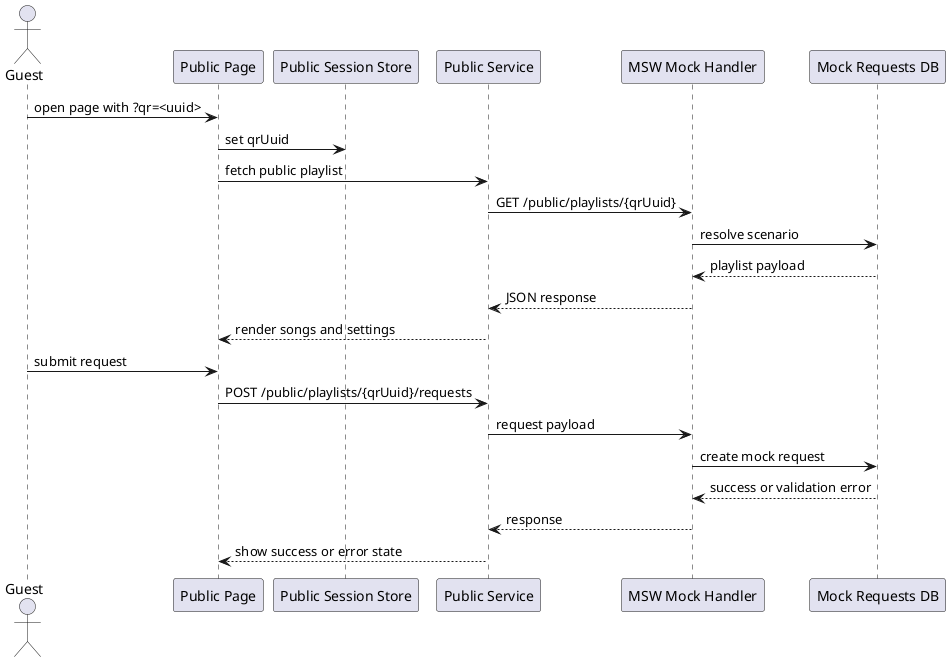
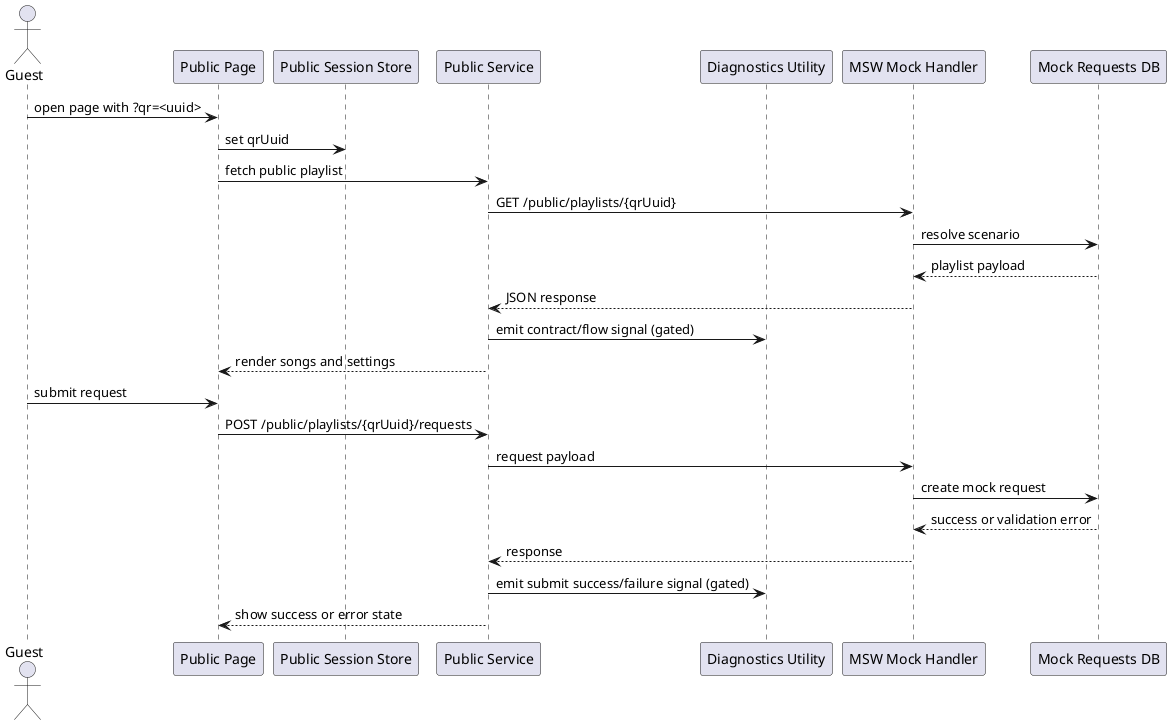
@startuml
actor Guest
participant "Public Page" as Page
participant "Public Session Store" as Store
participant "Public Service" as Service
+ participant "Diagnostics Utility" as Diagnostics
participant "MSW Mock Handler" as MSW
participant "Mock Requests DB" as DB

Guest -> Page : open page with ?qr=<uuid>
Page -> Store : set qrUuid
Page -> Service : fetch public playlist
Service -> MSW : GET /public/playlists/{qrUuid}
MSW -> DB : resolve scenario
DB --> MSW : playlist payload
MSW --> Service : JSON response
+ Service -> Diagnostics : emit contract/flow signal (gated)
Service --> Page : render songs and settings

Guest -> Page : submit request
Page -> Service : POST /public/playlists/{qrUuid}/requests
Service -> MSW : request payload
MSW -> DB : create mock request
DB --> MSW : success or validation error
MSW --> Service : response
+ Service -> Diagnostics : emit submit success/failure signal (gated)
Service --> Page : show success or error state
@enduml
